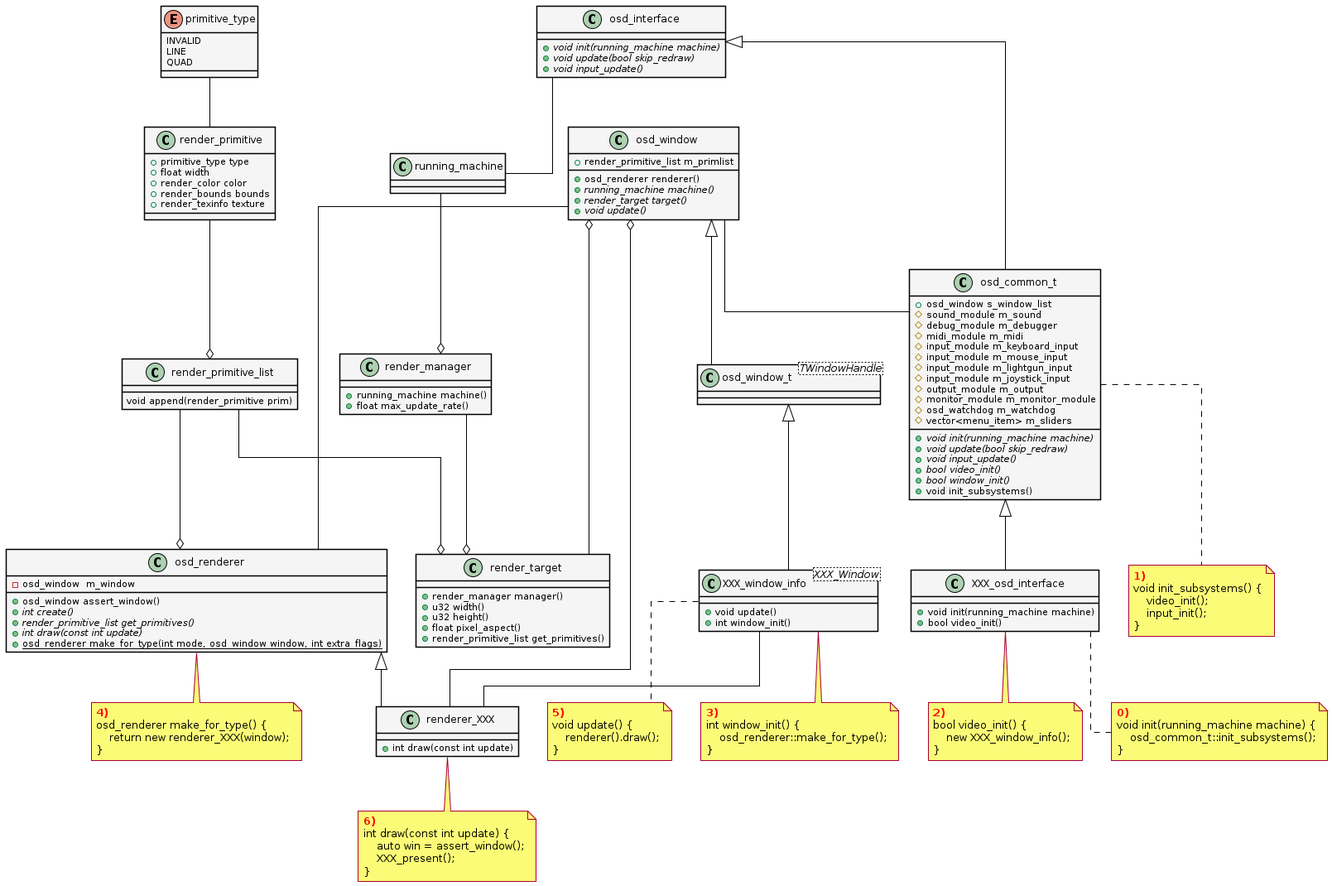
Earlier version of the PlantUML export Streaming/mame.png (mikymaione/MAMEStreamingPlatform).
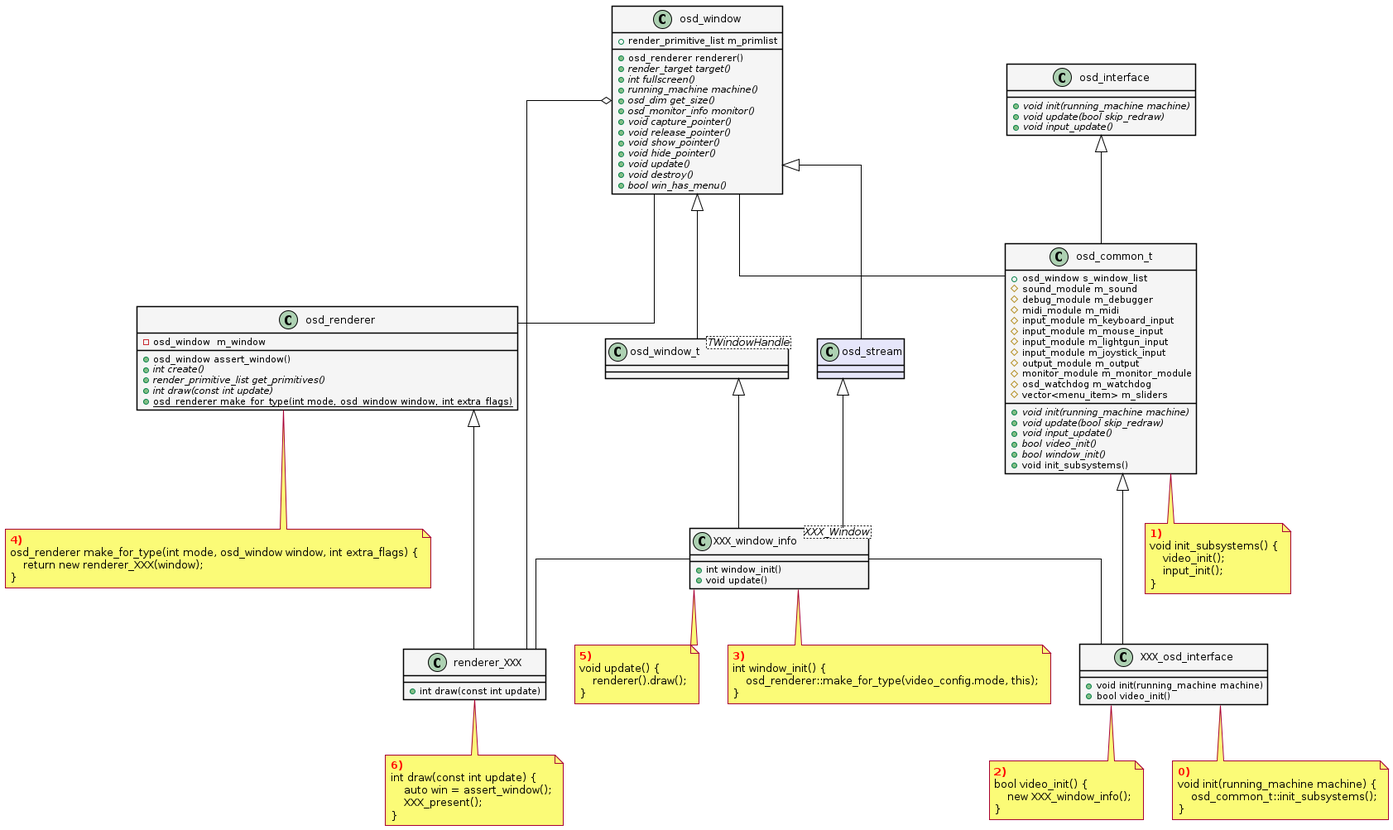
The same file after the commit.

Commit message:
probabile impl

What changed in the source:
```diff
@@ -17,20 +17,6 @@
 
 set namespaceSeparator ::
 
-enum primitive_type
-{
-    INVALID
-    LINE
-    QUAD
-}
-
-class render_manager {
-    +running_machine machine()
-    +float max_update_rate()
-}
-
-running_machine --o render_manager
-
 class osd_renderer {
     -osd_window  m_window
     +osd_window assert_window()
@@ -42,26 +28,10 @@
 
 note as note_osd_renderer_make_for_type
 <b><color:Red>4)</color></b>
-osd_renderer make_for_type() {
+osd_renderer make_for_type(int mode, osd_window window, int extra_flags) {
     return new renderer_XXX(window);
 }
 end note
-
-render_primitive_list --o osd_renderer
-render_primitive --o render_primitive_list
-primitive_type -- render_primitive
-
-class render_primitive {
-    +primitive_type type
-    +float width
-    +render_color color
-    +render_bounds bounds
-    +render_texinfo texture
-}
-
-class render_primitive_list {
-    void append(render_primitive prim)
-}
 
 class renderer_XXX extends osd_renderer {
     +int draw(const int update)
@@ -76,7 +46,6 @@
 end note
 
 osd_window o-- renderer_XXX
-osd_window o-- render_target
 osd_window -- osd_renderer
 
 class osd_window_t<TWindowHandle> extends osd_window
@@ -86,30 +55,32 @@
 class osd_window {
     +render_primitive_list m_primlist
     +osd_renderer renderer()
+    {abstract} +render_target target()
+    {abstract} +int fullscreen()
     {abstract} +running_machine machine()
-    {abstract} +render_target target()
+    {abstract} +osd_dim get_size()
+    {abstract} +osd_monitor_info monitor()
+    {abstract} +void capture_pointer()
+    {abstract} +void release_pointer()
+    {abstract} +void show_pointer()
+    {abstract} +void hide_pointer()
     {abstract} +void update()
+    {abstract} +void destroy()
+    {abstract} +bool win_has_menu()
 }
 
-render_manager --o render_target
-render_primitive_list --o render_target
+osd_stream <|-- XXX_window_info
 
-class render_target
-{
-    +render_manager manager()
-    +u32 width()
-    +u32 height()
-    +float pixel_aspect()
-    +render_primitive_list get_primitives()
-}
+class osd_stream #Lavender extends osd_window
 
 class XXX_window_info<XXX_Window> {
+    +int window_init()
     +void update()
-    +int window_init()
 }
 
 osd_window_t <|-- XXX_window_info
 osd_common_t <|-- XXX_osd_interface
+XXX_window_info -- XXX_osd_interface
 
 class XXX_osd_interface {
     +void init(running_machine machine)
@@ -126,7 +97,7 @@
 note as note_4_XXX_window_info
 <b><color:Red>3)</color></b>
 int window_init() {
-    osd_renderer::make_for_type();
+    osd_renderer::make_for_type(video_config.mode, this);
 }
 end note
 
@@ -138,9 +109,6 @@
 end note
 
 osd_window -- osd_common_t
-
-osd_interface -- running_machine
-
 osd_interface <|-- osd_common_t
 
 class osd_interface {
```
